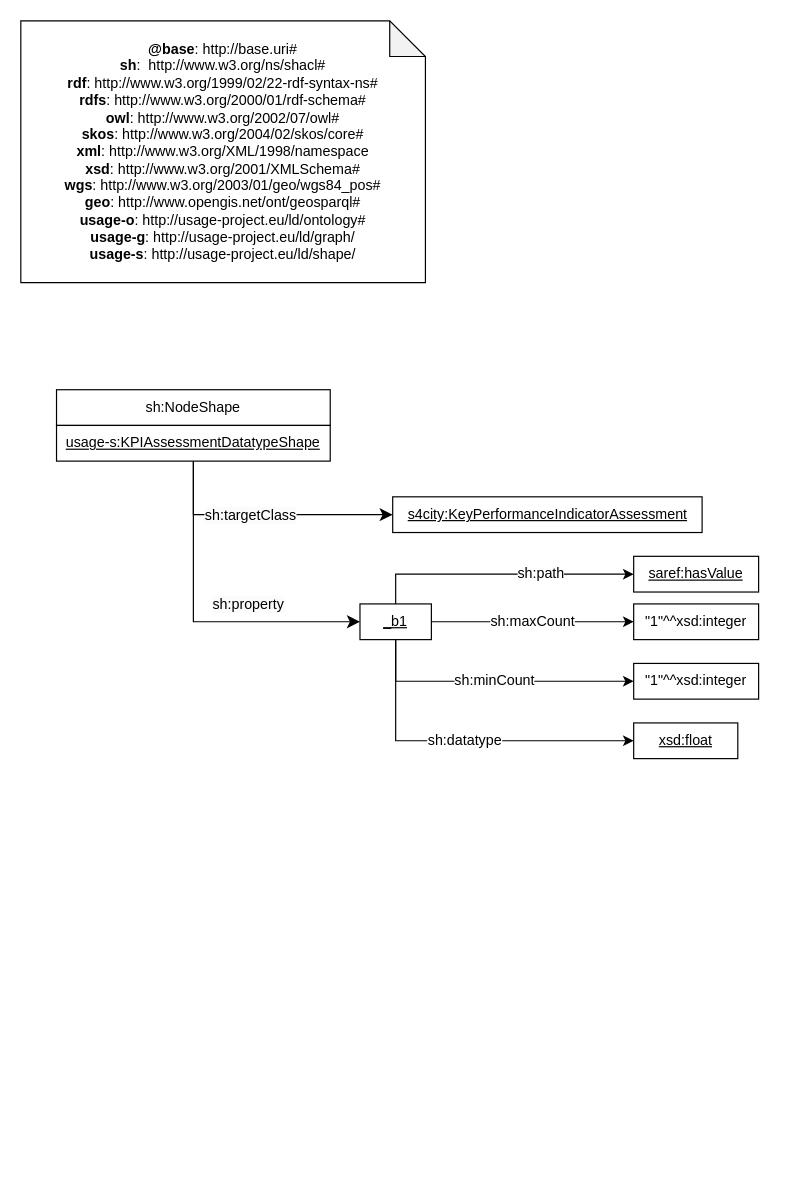
OnToologyUser/ZGZ_ghg_emissions_knowledge_graph keeps this draw.io diagram as validation/ZGZ/Residencial/shapesZGZResidencial.drawio. Above is the earlier version. Source tidied: cells renumbered, new cells numbered last; positions are measured from the earlier drawing's top-left corner, leaving out a move shared by most shapes. Both pictures are drawn from the tidied source at 119%, with x=0, y=0 at pixel (20, 20).
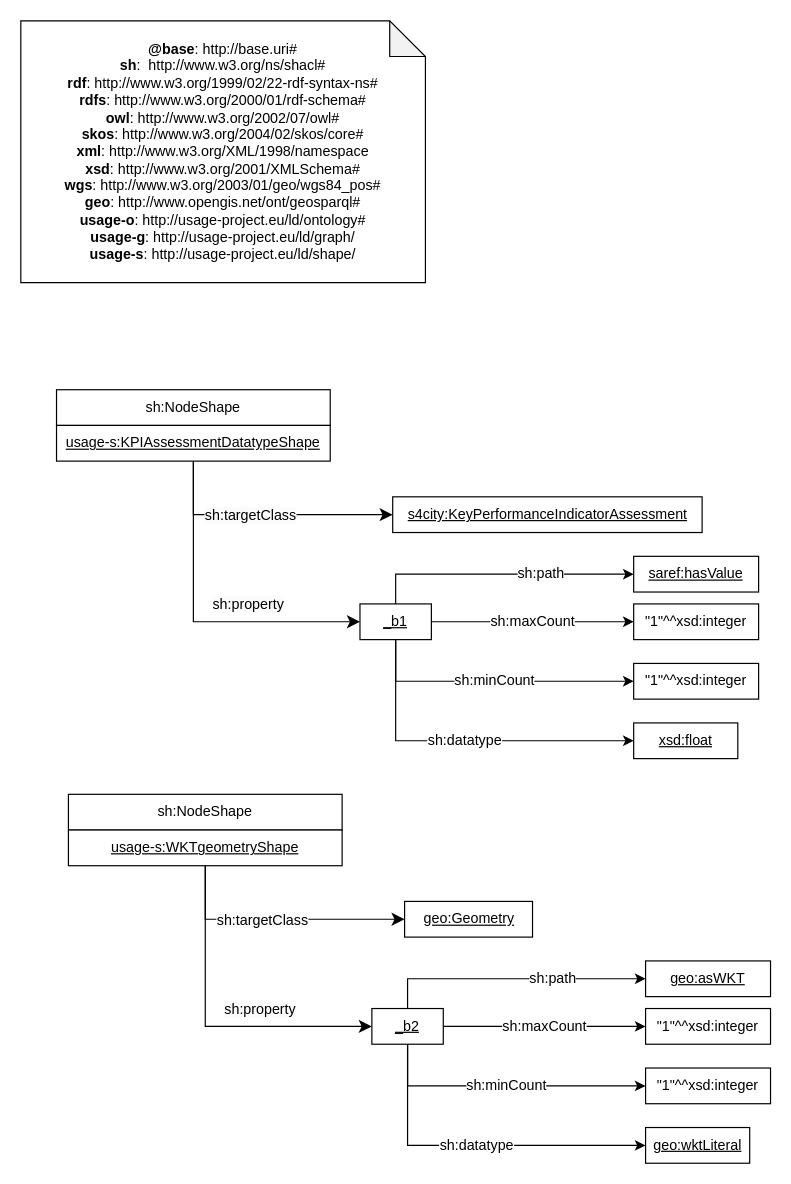
Above is the later version.

What changed in the source:
```diff
@@
+    <mxCell id="19" value="&lt;div style=&quot;line-height: 19px;&quot;&gt;sh:NodeShape&lt;/div&gt;" style="rounded=0;whiteSpace=wrap;html=1;" parent="1" vertex="1">
+      <mxGeometry x="40" y="650" width="230" height="30" as="geometry" />
+    </mxCell>
+    <mxCell id="20" value="&lt;u&gt;usage-s:WKTgeometryShape&lt;/u&gt;" style="rounded=0;whiteSpace=wrap;html=1;snapToPoint=1;points=[[0.1,0],[0.2,0],[0.3,0],[0.4,0],[0.5,0],[0.6,0],[0.7,0],[0.8,0],[0.9,0],[0,0.1],[0,0.3],[0,0.5],[0,0.7],[0,0.9],[0.1,1],[0.2,1],[0.3,1],[0.4,1],[0.5,1],[0.6,1],[0.7,1],[0.8,1],[0.9,1],[1,0.1],[1,0.3],[1,0.5],[1,0.7],[1,0.9]];" parent="1" vertex="1">
+      <mxGeometry x="40" y="680" width="230" height="30" as="geometry" />
+    </mxCell>
+    <mxCell id="21" style="endArrow=classic;html=1;exitX=0.5;exitY=1;exitDx=0;exitDy=0;entryX=0;entryY=0.5;entryDx=0;entryDy=0;endSize=8;edgeStyle=orthogonalEdgeStyle;rounded=0;" parent="1" edge="1" source="20" target="29">
+      <mxGeometry relative="1" as="geometry" />
+    </mxCell>
+    <mxCell id="22" value="&lt;span style=&quot;background-color: rgb(251, 251, 251);&quot;&gt;sh:targetClass&lt;/span&gt;" style="text;html=1;align=center;verticalAlign=middle;labelBackgroundColor=#ffffff;" parent="21" vertex="1">
+      <mxGeometry x="-0.13" relative="1" as="geometry" />
+    </mxCell>
+    <mxCell id="23" style="endArrow=classic;html=1;exitX=0.5;exitY=1;exitDx=0;exitDy=0;endSize=8;rounded=0;entryX=0;entryY=0.5;entryDx=0;entryDy=0;edgeStyle=orthogonalEdgeStyle;" parent="1" edge="1" source="20" target="25">
+      <mxGeometry relative="1" as="geometry" />
+    </mxCell>
+    <mxCell id="24" value="&lt;span style=&quot;background-color: rgb(251, 251, 251);&quot;&gt;sh:property&lt;/span&gt;" style="text;html=1;align=center;verticalAlign=middle;labelBackgroundColor=#ffffff;" parent="23" vertex="1">
+      <mxGeometry x="-0.13" relative="1" as="geometry">
+        <mxPoint x="45" as="offset" />
+      </mxGeometry>
+    </mxCell>
+    <mxCell id="25" value="_b2" style="rounded=0;whiteSpace=wrap;html=1;snapToPoint=1;points=[[0.1,0],[0.2,0],[0.3,0],[0.4,0],[0.5,0],[0.6,0],[0.7,0],[0.8,0],[0.9,0],[0,0.1],[0,0.3],[0,0.5],[0,0.7],[0,0.9],[0.1,1],[0.2,1],[0.3,1],[0.4,1],[0.5,1],[0.6,1],[0.7,1],[0.8,1],[0.9,1],[1,0.1],[1,0.3],[1,0.5],[1,0.7],[1,0.9]];fontStyle=4;" parent="1" vertex="1">
+      <mxGeometry x="295" y="830" width="60" height="30" as="geometry" />
+    </mxCell>
+    <mxCell id="26" value="sh:path" style="edgeStyle=orthogonalEdgeStyle;rounded=0;jettySize=auto;html=1;fontSize=12;entryX=0;entryY=0.5;entryDx=0;entryDy=0;" parent="1" edge="1" source="25" target="31">
+      <mxGeometry x="0.31" relative="1" as="geometry">
+        <Array as="points">
+          <mxPoint x="325" y="805" />
+        </Array>
+      </mxGeometry>
+    </mxCell>
+    <mxCell id="27" value="sh:maxCount" style="rounded=0;jettySize=auto;html=1;fontSize=12;entryX=0;entryY=0.5;entryDx=0;entryDy=0;" parent="1" edge="1" source="25" target="30">
+      <mxGeometry relative="1" as="geometry" />
+    </mxCell>
+    <mxCell id="28" value="sh:minCount" style="rounded=0;jettySize=auto;html=1;fontSize=12;exitX=0.5;exitY=1;exitDx=0;exitDy=0;edgeStyle=orthogonalEdgeStyle;entryX=0;entryY=0.5;entryDx=0;entryDy=0;" parent="1" edge="1" source="25" target="34">
+      <mxGeometry relative="1" as="geometry">
+        <Array as="points">
+          <mxPoint x="325" y="895" />
+        </Array>
+      </mxGeometry>
+    </mxCell>
+    <mxCell id="29" value="&lt;div style=&quot;line-height: 19px;&quot;&gt;&lt;div style=&quot;line-height: 19px;&quot;&gt;geo:Geometry&lt;/div&gt;&lt;/div&gt;" style="rounded=0;whiteSpace=wrap;html=1;snapToPoint=1;points=[[0.1,0],[0.2,0],[0.3,0],[0.4,0],[0.5,0],[0.6,0],[0.7,0],[0.8,0],[0.9,0],[0,0.1],[0,0.3],[0,0.5],[0,0.7],[0,0.9],[0.1,1],[0.2,1],[0.3,1],[0.4,1],[0.5,1],[0.6,1],[0.7,1],[0.8,1],[0.9,1],[1,0.1],[1,0.3],[1,0.5],[1,0.7],[1,0.9]];fontStyle=4;" parent="1" vertex="1">
+      <mxGeometry x="322.5" y="740" width="107.5" height="30" as="geometry" />
+    </mxCell>
+    <mxCell id="30" value="&quot;1&quot;^^xsd:integer" style="rounded=0;whiteSpace=wrap;html=1;snapToPoint=1;" parent="1" vertex="1">
+      <mxGeometry x="525" y="830" width="105" height="30" as="geometry" />
+    </mxCell>
+    <mxCell id="31" value="&lt;div style=&quot;line-height: 19px;&quot;&gt;&lt;div style=&quot;line-height: 19px;&quot;&gt;geo:asWKT&lt;/div&gt;&lt;/div&gt;" style="rounded=0;whiteSpace=wrap;html=1;snapToPoint=1;points=[[0.1,0],[0.2,0],[0.3,0],[0.4,0],[0.5,0],[0.6,0],[0.7,0],[0.8,0],[0.9,0],[0,0.1],[0,0.3],[0,0.5],[0,0.7],[0,0.9],[0.1,1],[0.2,1],[0.3,1],[0.4,1],[0.5,1],[0.6,1],[0.7,1],[0.8,1],[0.9,1],[1,0.1],[1,0.3],[1,0.5],[1,0.7],[1,0.9]];fontStyle=4;" parent="1" vertex="1">
+      <mxGeometry x="525" y="790" width="105" height="30" as="geometry" />
+    </mxCell>
+    <mxCell id="32" value="sh:datatype" style="rounded=0;jettySize=auto;html=1;fontSize=12;exitX=0.5;exitY=1;exitDx=0;exitDy=0;entryX=0;entryY=0.5;entryDx=0;entryDy=0;edgeStyle=orthogonalEdgeStyle;" parent="1" edge="1" source="25" target="33">
+      <mxGeometry relative="1" as="geometry" />
+    </mxCell>
+    <mxCell id="33" value="&lt;div style=&quot;line-height: 19px;&quot;&gt;&lt;div style=&quot;line-height: 19px;&quot;&gt;geo:wktLiteral&lt;/div&gt;&lt;/div&gt;" style="rounded=0;whiteSpace=wrap;html=1;snapToPoint=1;points=[[0.1,0],[0.2,0],[0.3,0],[0.4,0],[0.5,0],[0.6,0],[0.7,0],[0.8,0],[0.9,0],[0,0.1],[0,0.3],[0,0.5],[0,0.7],[0,0.9],[0.1,1],[0.2,1],[0.3,1],[0.4,1],[0.5,1],[0.6,1],[0.7,1],[0.8,1],[0.9,1],[1,0.1],[1,0.3],[1,0.5],[1,0.7],[1,0.9]];fontStyle=4;" parent="1" vertex="1">
+      <mxGeometry x="525" y="930" width="87.5" height="30" as="geometry" />
+    </mxCell>
+    <mxCell id="34" value="&quot;1&quot;^^xsd:integer" style="rounded=0;whiteSpace=wrap;html=1;snapToPoint=1;" parent="1" vertex="1">
+      <mxGeometry x="525" y="880" width="105" height="30" as="geometry" />
+    </mxCell>
```
